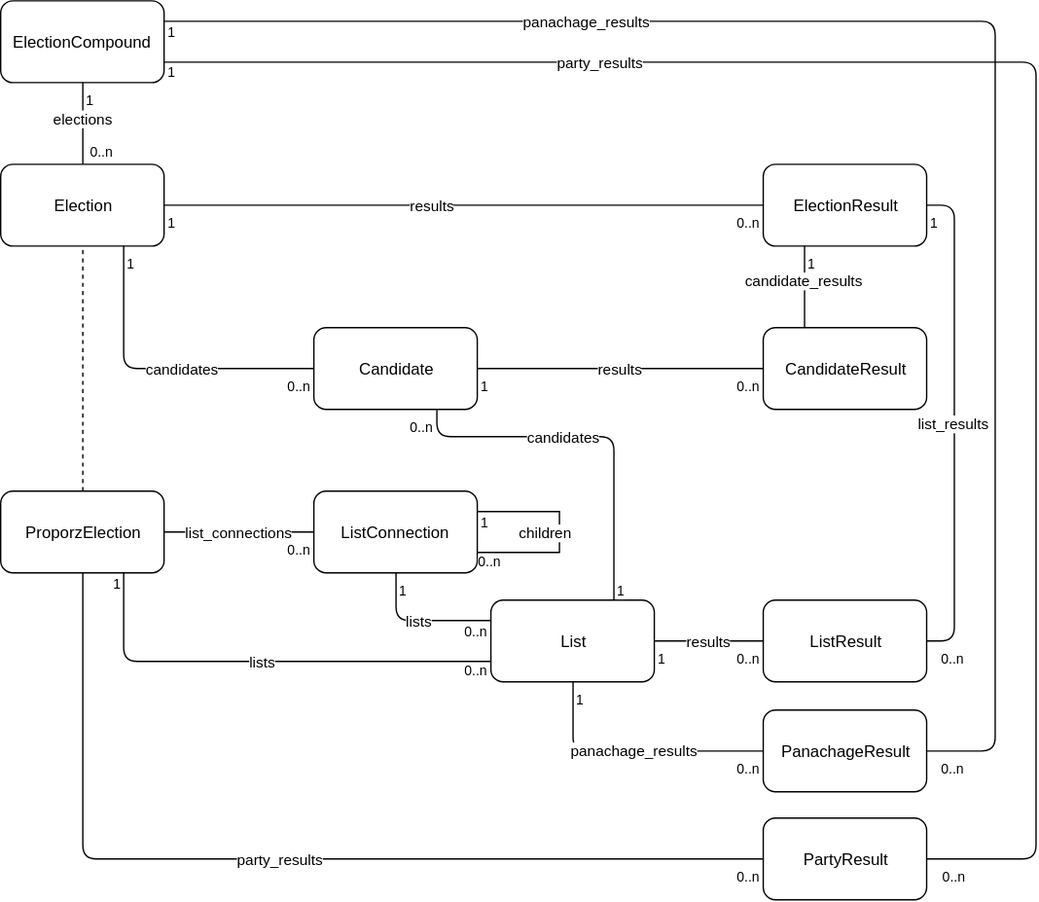
OneGov/onegov.ballot keeps this draw.io diagram as docs/onegov.ballot.election.svg. Above is the earlier version. Source tidied: cells renumbered, new cells last; positions are measured from the earlier drawing's top-left corner, leaving out a move shared by most shapes.
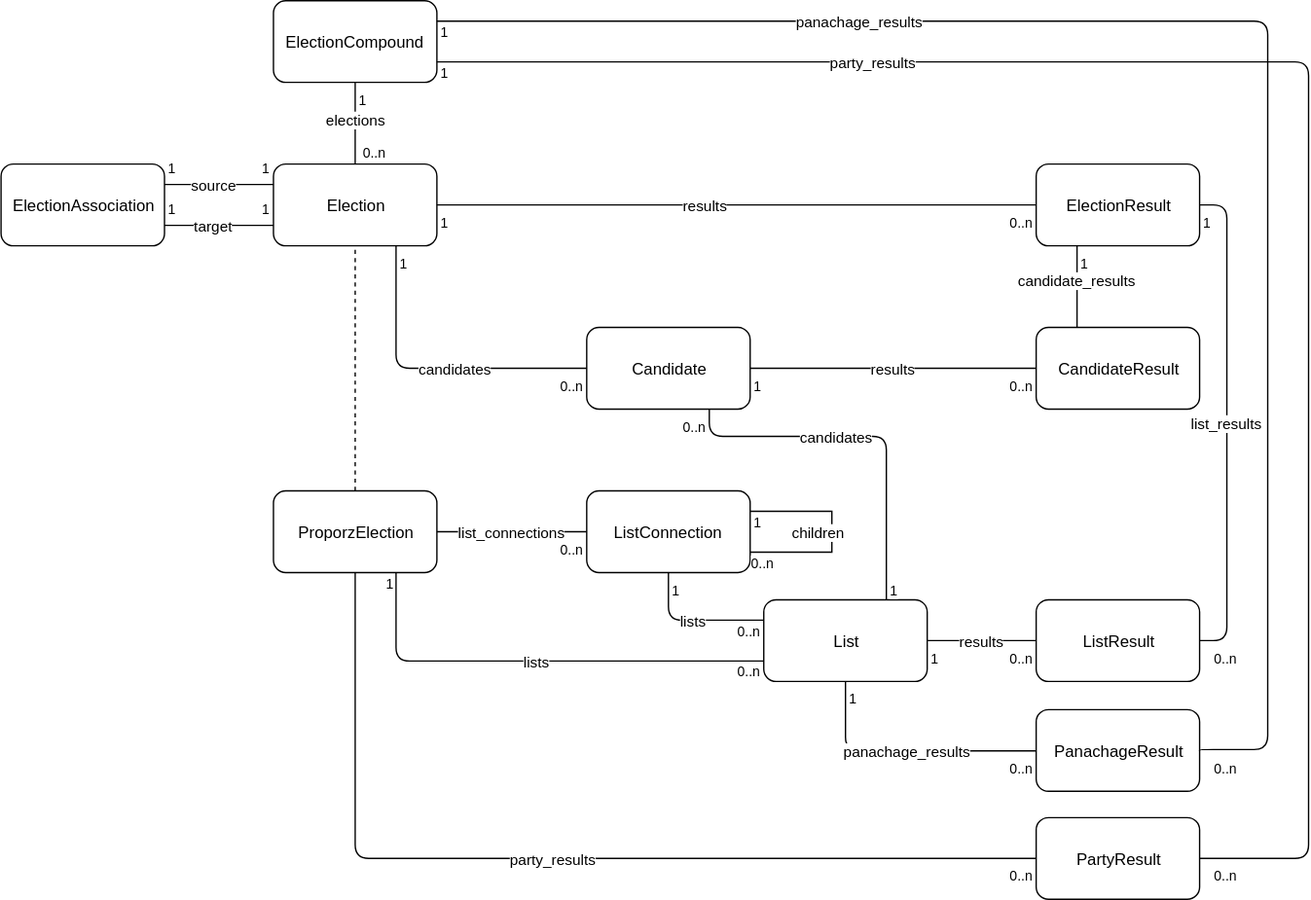
After the change.

The edit, as a diff of the source:
```diff
@@ -244,5 +244,34 @@
         <mxPoint x="30" as="offset" />
       </mxGeometry>
     </mxCell>
+    <mxCell id="62" value="ElectionAssociation" style="rounded=1;whiteSpace=wrap;html=1;" parent="1" vertex="1">
+      <mxGeometry x="-200" y="120" width="120" height="60" as="geometry" />
+    </mxCell>
+    <mxCell id="63" value="source" style="endArrow=none;html=1;endSize=12;startArrow=none;startSize=14;startFill=0;edgeStyle=orthogonalEdgeStyle;endFill=0;exitX=1;exitY=0.25;entryX=0;entryY=0.25;" parent="1" edge="1" source="62" target="2">
+      <mxGeometry x="-0.1" relative="1" as="geometry" />
+    </mxCell>
+    <mxCell id="64" value="1" style="html=1;align=left;verticalAlign=top;labelBackgroundColor=#ffffff;fontSize=10;" parent="63" vertex="1">
+      <mxGeometry x="-1" relative="1" as="geometry">
+        <mxPoint y="-25" as="offset" />
+      </mxGeometry>
+    </mxCell>
+    <mxCell id="65" value="&lt;span&gt;1&lt;/span&gt;" style="html=1;align=right;verticalAlign=top;labelBackgroundColor=#ffffff;fontSize=10;" parent="63" vertex="1">
+      <mxGeometry x="1" relative="1" as="geometry">
+        <mxPoint y="-25" as="offset" />
+      </mxGeometry>
+    </mxCell>
+    <mxCell id="66" value="target" style="endArrow=none;html=1;endSize=12;startArrow=none;startSize=14;startFill=0;edgeStyle=orthogonalEdgeStyle;endFill=0;exitX=1;exitY=0.75;entryX=0;entryY=0.75;" parent="1" edge="1" source="62" target="2">
+      <mxGeometry x="-0.1" relative="1" as="geometry" />
+    </mxCell>
+    <mxCell id="67" value="1" style="html=1;align=left;verticalAlign=top;labelBackgroundColor=#ffffff;fontSize=10;" parent="66" vertex="1">
+      <mxGeometry x="-1" relative="1" as="geometry">
+        <mxPoint y="-25" as="offset" />
+      </mxGeometry>
+    </mxCell>
+    <mxCell id="68" value="&lt;span&gt;1&lt;/span&gt;" style="html=1;align=right;verticalAlign=top;labelBackgroundColor=#ffffff;fontSize=10;" parent="66" vertex="1">
+      <mxGeometry x="1" relative="1" as="geometry">
+        <mxPoint y="-25" as="offset" />
+      </mxGeometry>
+    </mxCell>
   </root>
 </mxGraphModel>
```
